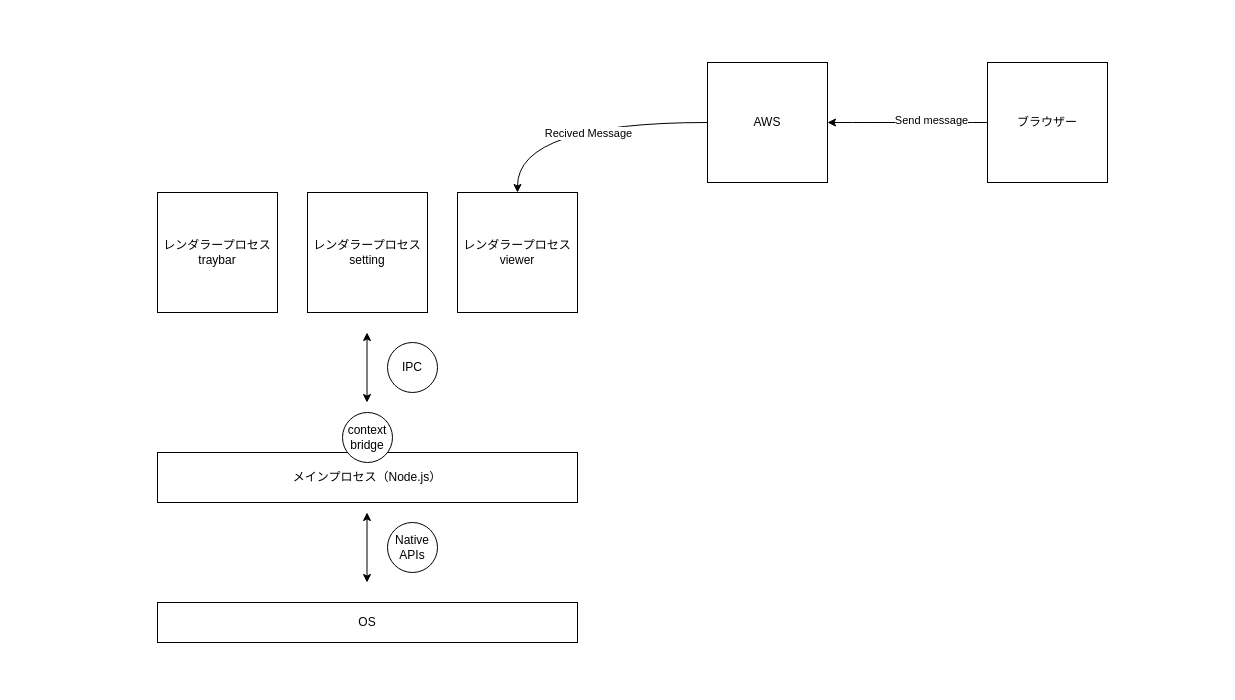
Above: page "viewer" (3 of 4) of design.drawio in takiguchi-yu/clapped-audience (draw.io), before the change. Source tidied: cells renumbered, new cells numbered last; positions are measured from the earlier drawing's top-left corner, leaving out a move shared by most shapes. Both pictures are drawn from the tidied source at 100%, with x=0, y=0 at pixel (157, 62).
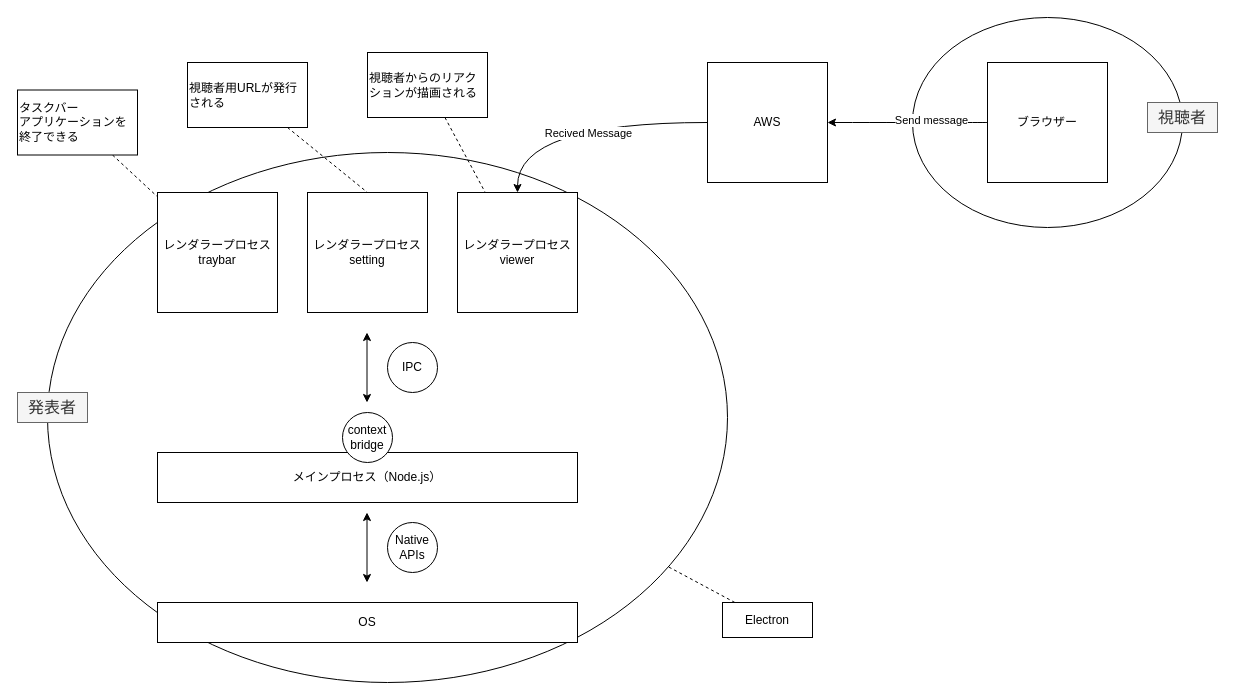
The same page after the edit.

Unchanged cells that the change refers to:
```xml
<mxCell id="4" value="レンダラープロセス&lt;br&gt;traybar" style="rounded=0;whiteSpace=wrap;html=1;" parent="1" vertex="1">
  <mxGeometry y="130" width="120" height="120" as="geometry" />
</mxCell>
<mxCell id="5" value="レンダラープロセス&lt;br&gt;setting" style="rounded=0;whiteSpace=wrap;html=1;" parent="1" vertex="1">
  <mxGeometry x="150" y="130" width="120" height="120" as="geometry" />
</mxCell>
<mxCell id="6" value="レンダラープロセス&lt;br&gt;viewer" style="rounded=0;whiteSpace=wrap;html=1;" parent="1" vertex="1">
  <mxGeometry x="300" y="130" width="120" height="120" as="geometry" />
</mxCell>
```

Change to the diagram source:
```diff
@@
+    <mxCell id="18" style="ellipse;whiteSpace=wrap;html=1;fillColor=none;" parent="1" vertex="1">
+      <mxGeometry x="755" y="-45" width="270" height="210" as="geometry" />
+    </mxCell>
+    <mxCell id="19" style="ellipse;whiteSpace=wrap;html=1;fillColor=none;" parent="1" vertex="1">
+      <mxGeometry x="-110" y="90" width="680" height="530" as="geometry" />
+    </mxCell>
@@
+    <mxCell id="20" value="発表者" style="text;html=1;strokeColor=#666666;fillColor=#f5f5f5;align=center;verticalAlign=middle;whiteSpace=wrap;rounded=0;fontColor=#333333;fontSize=16;" parent="1" vertex="1">
+      <mxGeometry x="-140" y="330" width="70" height="30" as="geometry" />
+    </mxCell>
+    <mxCell id="21" value="視聴者" style="text;html=1;strokeColor=#666666;fillColor=#f5f5f5;align=center;verticalAlign=middle;whiteSpace=wrap;rounded=0;fontColor=#333333;fontSize=16;" parent="1" vertex="1">
+      <mxGeometry x="990" y="40" width="70" height="30" as="geometry" />
+    </mxCell>
+    <mxCell id="22" style="edgeStyle=none;html=1;dashed=1;fontSize=12;endArrow=none;endFill=0;" parent="1" edge="1" source="23" target="4">
+      <mxGeometry relative="1" as="geometry" />
+    </mxCell>
+    <mxCell id="23" value="タスクバー&lt;br&gt;アプリケーションを終了できる" style="rounded=0;whiteSpace=wrap;html=1;align=left;" parent="1" vertex="1">
+      <mxGeometry x="-140" y="27.5" width="120" height="65" as="geometry" />
+    </mxCell>
+    <mxCell id="24" style="edgeStyle=none;html=1;entryX=0.5;entryY=0;entryDx=0;entryDy=0;dashed=1;fontSize=12;endArrow=none;endFill=0;" parent="1" edge="1" source="25" target="5">
+      <mxGeometry relative="1" as="geometry" />
+    </mxCell>
+    <mxCell id="25" value="視聴者用URLが発行される" style="rounded=0;whiteSpace=wrap;html=1;align=left;" parent="1" vertex="1">
+      <mxGeometry x="30" width="120" height="65" as="geometry" />
+    </mxCell>
+    <mxCell id="26" style="edgeStyle=none;html=1;dashed=1;fontSize=12;endArrow=none;endFill=0;" parent="1" edge="1" source="27" target="6">
+      <mxGeometry relative="1" as="geometry" />
+    </mxCell>
+    <mxCell id="27" value="視聴者からのリアクションが描画される" style="rounded=0;whiteSpace=wrap;html=1;align=left;" parent="1" vertex="1">
+      <mxGeometry x="210" y="-10" width="120" height="65" as="geometry" />
+    </mxCell>
+    <mxCell id="28" style="edgeStyle=none;html=1;dashed=1;fontSize=12;endArrow=none;endFill=0;" parent="1" edge="1" source="29" target="19">
+      <mxGeometry relative="1" as="geometry" />
+    </mxCell>
+    <mxCell id="29" value="Electron" style="rounded=0;whiteSpace=wrap;html=1;align=center;" parent="1" vertex="1">
+      <mxGeometry x="565" y="540" width="90" height="35" as="geometry" />
+    </mxCell>
```
